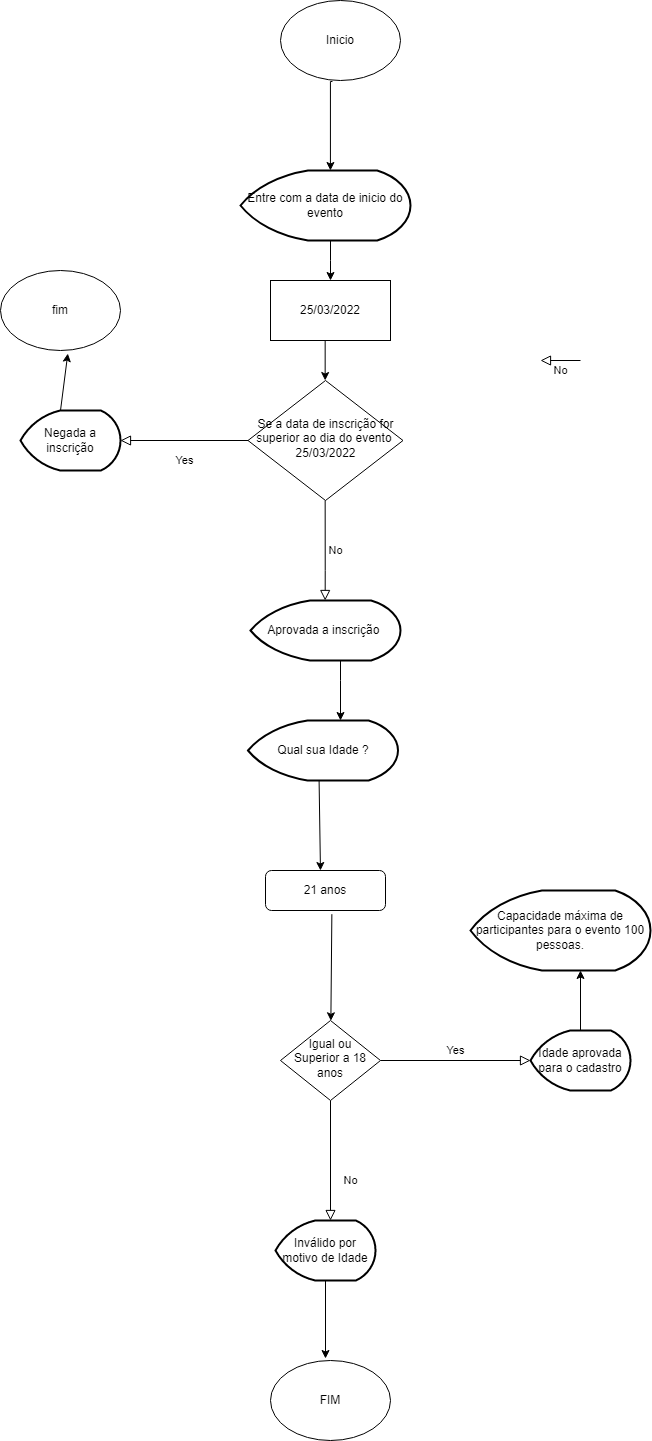
The draw.io diagram Untitled Diagram.drawio.png in EvertonMDS/Fluxograma, before a commit. Source tidied: cells renumbered, new cells last; positions are measured from the earlier drawing's top-left corner, leaving out a move shared by most shapes.
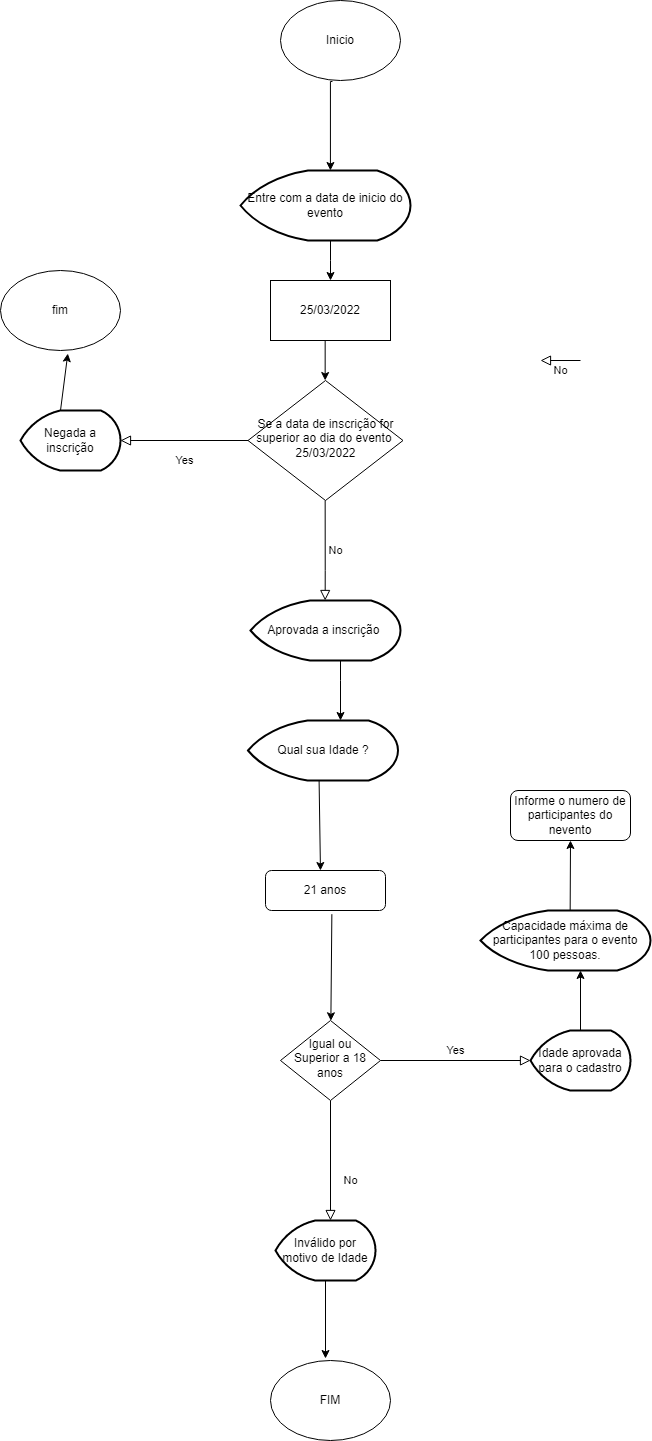
The same file after the commit.

What changed in the source:
```diff
@@ -128,7 +128,20 @@
       </mxGeometry>
     </mxCell>
     <mxCell id="29" value="Capacidade máxima de participantes para o evento 100 pessoas." style="strokeWidth=2;html=1;shape=mxgraph.flowchart.display;whiteSpace=wrap;" parent="1" vertex="1">
-      <mxGeometry x="470" y="890" width="180" height="80" as="geometry" />
+      <mxGeometry x="480" y="910" width="170" height="60" as="geometry" />
     </mxCell>
+    <mxCell id="30" style="edgeStyle=orthogonalEdgeStyle;rounded=0;jettySize=auto;html=1;exitX=0.5;exitY=0;exitDx=0;exitDy=0;" parent="1" edge="1" source="31">
+      <mxGeometry relative="1" as="geometry">
+        <mxPoint x="570" y="810" as="targetPoint" />
+      </mxGeometry>
+    </mxCell>
+    <mxCell id="31" value="Informe o numero de participantes do nevento" style="rounded=1;whiteSpace=wrap;html=1;fontSize=12;glass=0;strokeWidth=1;shadow=0;" parent="1" vertex="1">
+      <mxGeometry x="510" y="790" width="120" height="50" as="geometry" />
+    </mxCell>
+    <mxCell id="32" style="endArrow=classic;html=1;rounded=0;entryX=0.5;entryY=1;entryDx=0;entryDy=0;" parent="1" edge="1" target="31">
+      <mxGeometry relative="1" as="geometry">
+        <mxPoint x="569.7" y="910" as="sourcePoint" />
+      </mxGeometry>
+    </mxCell>
   </root>
 </mxGraphModel>
```
